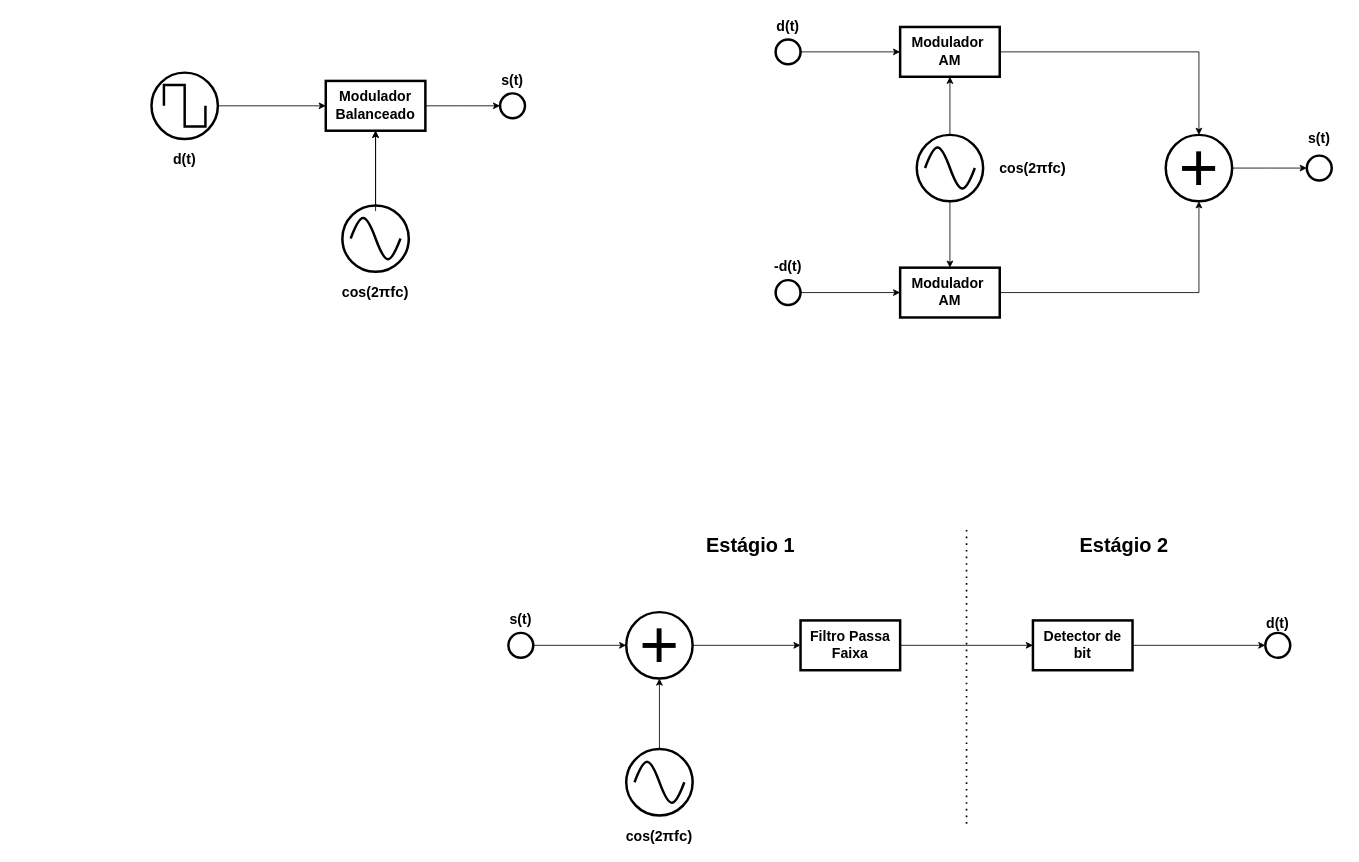
The draw.io diagram semester-9/CRF/homework4/diagrams/h4.drawio in arthurcadore/eng-telecom-workbook, before the edit. Source tidied: cells renumbered, new cells numbered last; positions are measured from the earlier drawing's top-left corner, leaving out a move shared by most shapes. Both pictures are drawn from the tidied source at 83%, with x=0, y=0 at pixel (143, 14).
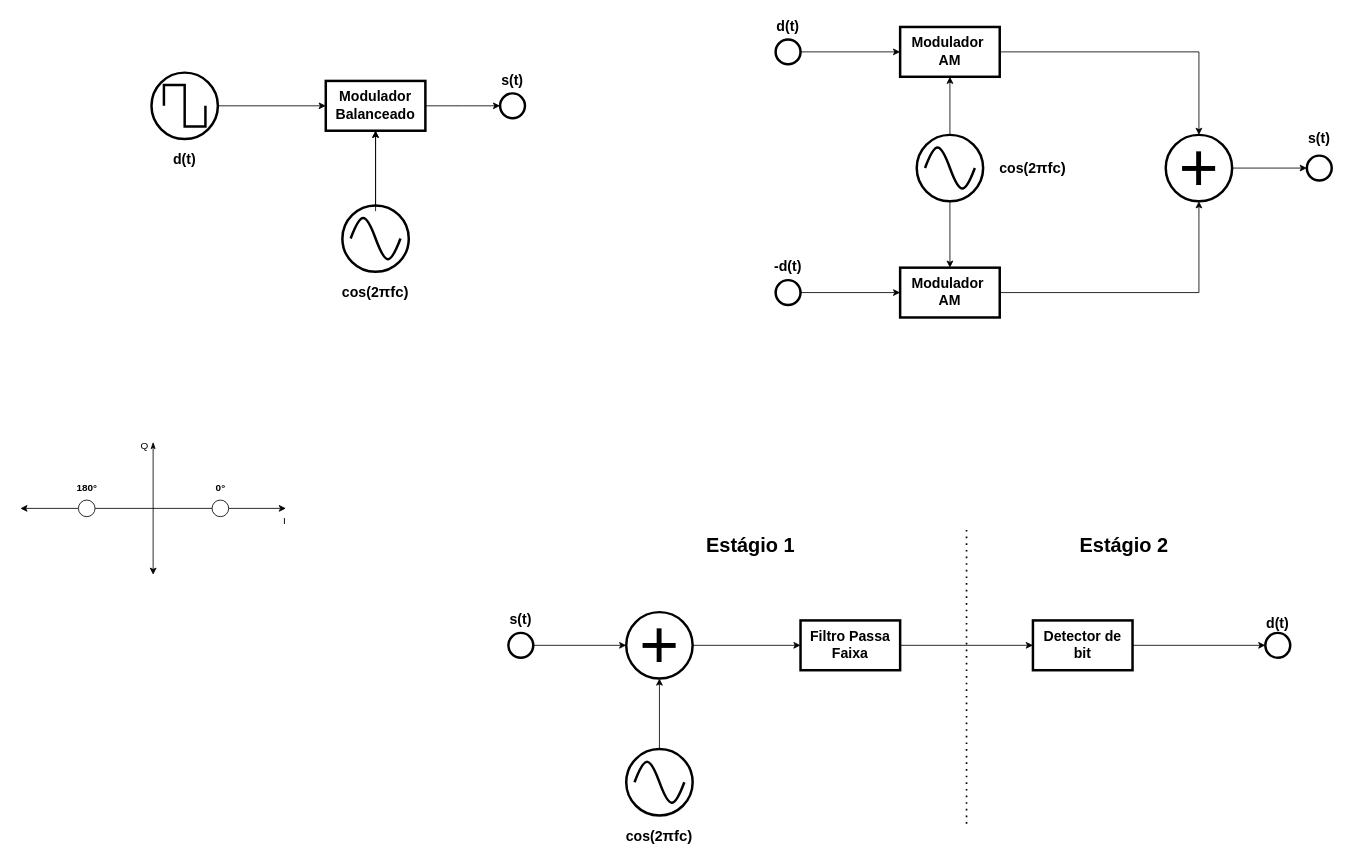
Above is the later version.

What changed in the source:
```diff
@@
+    <mxCell id="52" style="endArrow=classic;html=1;rounded=0;endFill=1;" parent="1" edge="1" source="55">
+      <mxGeometry relative="1" as="geometry">
+        <mxPoint x="172" y="595" as="targetPoint" />
+      </mxGeometry>
+    </mxCell>
+    <mxCell id="53" style="endArrow=classicThin;html=1;rounded=0;startArrow=classic;startFill=1;endFill=1;" parent="1" edge="1">
+      <mxGeometry relative="1" as="geometry">
+        <mxPoint x="12" y="675" as="sourcePoint" />
+        <mxPoint x="12" y="515" as="targetPoint" />
+      </mxGeometry>
+    </mxCell>
+    <mxCell id="54" style="endArrow=none;html=1;rounded=0;startArrow=classic;startFill=1;" parent="1" edge="1" target="55">
+      <mxGeometry relative="1" as="geometry">
+        <mxPoint x="-148" y="595" as="sourcePoint" />
+      </mxGeometry>
+    </mxCell>
+    <mxCell id="55" style="ellipse;whiteSpace=wrap;html=1;" parent="1" vertex="1">
+      <mxGeometry x="-78" y="585" width="20" height="20" as="geometry" />
+    </mxCell>
+    <mxCell id="56" style="ellipse;whiteSpace=wrap;html=1;" parent="1" vertex="1">
+      <mxGeometry x="83" y="585" width="20" height="20" as="geometry" />
+    </mxCell>
+    <mxCell id="57" value="0°" style="text;html=1;align=center;verticalAlign=middle;whiteSpace=wrap;rounded=0;fontStyle=1;" parent="1" vertex="1">
+      <mxGeometry x="83" y="555" width="21" height="30" as="geometry" />
+    </mxCell>
+    <mxCell id="58" value="180°" style="text;html=1;align=center;verticalAlign=middle;whiteSpace=wrap;rounded=0;fontStyle=1;" parent="1" vertex="1">
+      <mxGeometry x="-78" y="555" width="21" height="30" as="geometry" />
+    </mxCell>
+    <mxCell id="59" value="Q" style="text;html=1;align=center;verticalAlign=middle;whiteSpace=wrap;rounded=0;" parent="1" vertex="1">
+      <mxGeometry x="-28" y="505" width="60" height="30" as="geometry" />
+    </mxCell>
+    <mxCell id="60" value="I" style="text;html=1;align=center;verticalAlign=middle;whiteSpace=wrap;rounded=0;" parent="1" vertex="1">
+      <mxGeometry x="162" y="595" width="17" height="30" as="geometry" />
+    </mxCell>
```
